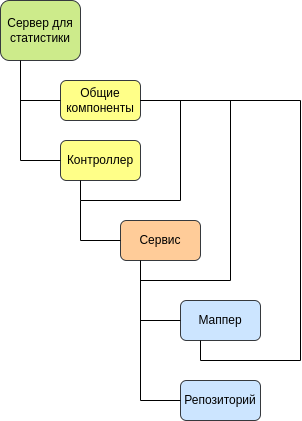
The draw.io diagram stats/server/readme/stats_server_architecture.png in BucketOnHead/java-explore-with-me, before a commit. Source tidied: cells renumbered, new cells last; positions are measured from the earlier drawing's top-left corner, leaving out a move shared by most shapes. Source of this version:
```xml
<mxGraphModel>
  <root>
    <mxCell id="0" />
    <mxCell id="1" parent="0" />
    <mxCell id="2" value="Контроллер" style="rounded=1;whiteSpace=wrap;html=1;fillColor=#ffff88;strokeColor=#36393d;" parent="1" vertex="1">
      <mxGeometry x="60" y="140" width="80" height="40" as="geometry" />
    </mxCell>
    <mxCell id="3" value="Сервис" style="rounded=1;whiteSpace=wrap;html=1;fillColor=#ffcc99;strokeColor=#36393d;" parent="1" vertex="1">
      <mxGeometry x="120" y="220" width="80" height="40" as="geometry" />
    </mxCell>
    <mxCell id="4" value="Маппер" style="rounded=1;whiteSpace=wrap;html=1;fillColor=#cce5ff;strokeColor=#36393d;" parent="1" vertex="1">
      <mxGeometry x="180" y="300" width="80" height="40" as="geometry" />
    </mxCell>
    <mxCell id="5" value="Репозиторий" style="rounded=1;whiteSpace=wrap;html=1;fillColor=#cce5ff;strokeColor=#36393d;" parent="1" vertex="1">
      <mxGeometry x="180" y="380" width="80" height="40" as="geometry" />
    </mxCell>
    <mxCell id="6" value="Сервер для статистики" style="rounded=1;whiteSpace=wrap;html=1;fillColor=#cdeb8b;strokeColor=#36393d;" parent="1" vertex="1">
      <mxGeometry width="80" height="60" as="geometry" />
    </mxCell>
    <mxCell id="7" style="endArrow=none;html=1;rounded=0;entryX=0.75;entryY=1;entryDx=0;entryDy=0;" parent="1" edge="1">
      <mxGeometry relative="1" as="geometry">
        <mxPoint x="20" y="160" as="sourcePoint" />
        <mxPoint x="20" y="60" as="targetPoint" />
      </mxGeometry>
    </mxCell>
    <mxCell id="8" style="endArrow=none;html=1;rounded=0;entryX=0;entryY=0.5;entryDx=0;entryDy=0;" parent="1" edge="1" target="2">
      <mxGeometry relative="1" as="geometry">
        <mxPoint x="20" y="160" as="sourcePoint" />
      </mxGeometry>
    </mxCell>
    <mxCell id="9" style="endArrow=none;html=1;rounded=0;entryX=0;entryY=0.5;entryDx=0;entryDy=0;" parent="1" edge="1" target="3">
      <mxGeometry relative="1" as="geometry">
        <mxPoint x="80" y="240" as="sourcePoint" />
      </mxGeometry>
    </mxCell>
    <mxCell id="10" style="endArrow=none;html=1;rounded=0;entryX=0;entryY=0.5;entryDx=0;entryDy=0;" parent="1" edge="1" target="5">
      <mxGeometry relative="1" as="geometry">
        <mxPoint x="140" y="400" as="sourcePoint" />
      </mxGeometry>
    </mxCell>
    <mxCell id="11" style="endArrow=none;html=1;rounded=0;entryX=0.75;entryY=1;entryDx=0;entryDy=0;" parent="1" edge="1">
      <mxGeometry relative="1" as="geometry">
        <mxPoint x="140" y="400" as="sourcePoint" />
        <mxPoint x="140" y="260" as="targetPoint" />
      </mxGeometry>
    </mxCell>
    <mxCell id="12" style="endArrow=none;html=1;rounded=0;entryX=0;entryY=0.5;entryDx=0;entryDy=0;" parent="1" edge="1" target="4">
      <mxGeometry relative="1" as="geometry">
        <mxPoint x="140" y="320" as="sourcePoint" />
      </mxGeometry>
    </mxCell>
    <mxCell id="13" style="endArrow=none;html=1;rounded=0;entryX=0.75;entryY=1;entryDx=0;entryDy=0;" parent="1" edge="1">
      <mxGeometry relative="1" as="geometry">
        <mxPoint x="80" y="240" as="sourcePoint" />
        <mxPoint x="80" y="180" as="targetPoint" />
        <Array as="points">
          <mxPoint x="80" y="200" />
        </Array>
      </mxGeometry>
    </mxCell>
    <mxCell id="14" value="Общие компоненты" style="rounded=1;whiteSpace=wrap;html=1;fillColor=#ffff88;strokeColor=#36393d;" parent="1" vertex="1">
      <mxGeometry x="60" y="80" width="80" height="40" as="geometry" />
    </mxCell>
    <mxCell id="15" style="endArrow=none;html=1;rounded=0;entryX=0;entryY=0.5;entryDx=0;entryDy=0;" parent="1" edge="1" target="14">
      <mxGeometry relative="1" as="geometry">
        <mxPoint x="20" y="100" as="sourcePoint" />
      </mxGeometry>
    </mxCell>
    <mxCell id="16" style="endArrow=none;html=1;rounded=0;" parent="1" edge="1">
      <mxGeometry relative="1" as="geometry">
        <mxPoint x="80" y="200" as="sourcePoint" />
        <mxPoint x="180" y="200" as="targetPoint" />
      </mxGeometry>
    </mxCell>
    <mxCell id="17" style="endArrow=none;html=1;rounded=0;" parent="1" edge="1">
      <mxGeometry relative="1" as="geometry">
        <mxPoint x="140" y="280" as="sourcePoint" />
        <mxPoint x="230" y="280" as="targetPoint" />
      </mxGeometry>
    </mxCell>
    <mxCell id="18" style="endArrow=none;html=1;rounded=0;entryX=0.25;entryY=1;entryDx=0;entryDy=0;" parent="1" edge="1" target="4">
      <mxGeometry relative="1" as="geometry">
        <mxPoint x="200" y="360" as="sourcePoint" />
      </mxGeometry>
    </mxCell>
    <mxCell id="19" style="endArrow=none;html=1;rounded=0;" parent="1" edge="1">
      <mxGeometry relative="1" as="geometry">
        <mxPoint x="200" y="360" as="sourcePoint" />
        <mxPoint x="300" y="360" as="targetPoint" />
      </mxGeometry>
    </mxCell>
    <mxCell id="20" style="endArrow=none;html=1;rounded=0;" parent="1" edge="1">
      <mxGeometry relative="1" as="geometry">
        <mxPoint x="180" y="200" as="sourcePoint" />
        <mxPoint x="180" y="100" as="targetPoint" />
      </mxGeometry>
    </mxCell>
    <mxCell id="21" style="endArrow=none;html=1;rounded=0;exitX=1;exitY=0.5;exitDx=0;exitDy=0;" parent="1" edge="1" source="14">
      <mxGeometry relative="1" as="geometry">
        <mxPoint x="180" y="100" as="targetPoint" />
      </mxGeometry>
    </mxCell>
    <mxCell id="22" style="endArrow=none;html=1;rounded=0;" parent="1" edge="1">
      <mxGeometry relative="1" as="geometry">
        <mxPoint x="230" y="280" as="sourcePoint" />
        <mxPoint x="230" y="100" as="targetPoint" />
      </mxGeometry>
    </mxCell>
    <mxCell id="23" style="endArrow=none;html=1;rounded=0;exitX=1;exitY=0.5;exitDx=0;exitDy=0;" parent="1" edge="1" source="14">
      <mxGeometry relative="1" as="geometry">
        <mxPoint x="230" y="100" as="targetPoint" />
      </mxGeometry>
    </mxCell>
    <mxCell id="24" style="endArrow=none;html=1;rounded=0;" parent="1" edge="1">
      <mxGeometry relative="1" as="geometry">
        <mxPoint x="300" y="360" as="sourcePoint" />
        <mxPoint x="300" y="100" as="targetPoint" />
      </mxGeometry>
    </mxCell>
    <mxCell id="25" style="endArrow=none;html=1;rounded=0;exitX=1;exitY=0.5;exitDx=0;exitDy=0;" parent="1" edge="1" source="14">
      <mxGeometry relative="1" as="geometry">
        <mxPoint x="300" y="100" as="targetPoint" />
      </mxGeometry>
    </mxCell>
  </root>
</mxGraphModel>
```
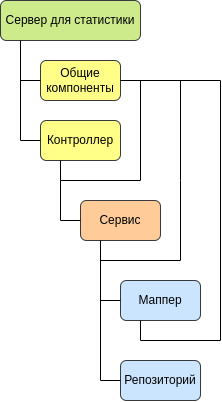
After the change.

Change to the diagram source:
```diff
@@ -3,19 +3,19 @@
     <mxCell id="0" />
     <mxCell id="1" parent="0" />
     <mxCell id="2" value="Контроллер" style="rounded=1;whiteSpace=wrap;html=1;fillColor=#ffff88;strokeColor=#36393d;" parent="1" vertex="1">
-      <mxGeometry x="60" y="140" width="80" height="40" as="geometry" />
+      <mxGeometry x="40" y="140" width="80" height="40" as="geometry" />
     </mxCell>
     <mxCell id="3" value="Сервис" style="rounded=1;whiteSpace=wrap;html=1;fillColor=#ffcc99;strokeColor=#36393d;" parent="1" vertex="1">
-      <mxGeometry x="120" y="220" width="80" height="40" as="geometry" />
+      <mxGeometry x="80" y="220" width="80" height="40" as="geometry" />
     </mxCell>
     <mxCell id="4" value="Маппер" style="rounded=1;whiteSpace=wrap;html=1;fillColor=#cce5ff;strokeColor=#36393d;" parent="1" vertex="1">
-      <mxGeometry x="180" y="300" width="80" height="40" as="geometry" />
+      <mxGeometry x="120" y="300" width="80" height="40" as="geometry" />
     </mxCell>
     <mxCell id="5" value="Репозиторий" style="rounded=1;whiteSpace=wrap;html=1;fillColor=#cce5ff;strokeColor=#36393d;" parent="1" vertex="1">
-      <mxGeometry x="180" y="380" width="80" height="40" as="geometry" />
+      <mxGeometry x="120" y="380" width="80" height="40" as="geometry" />
     </mxCell>
     <mxCell id="6" value="Сервер для статистики" style="rounded=1;whiteSpace=wrap;html=1;fillColor=#cdeb8b;strokeColor=#36393d;" parent="1" vertex="1">
-      <mxGeometry width="80" height="60" as="geometry" />
+      <mxGeometry y="20" width="140" height="40" as="geometry" />
     </mxCell>
     <mxCell id="7" style="endArrow=none;html=1;rounded=0;entryX=0.75;entryY=1;entryDx=0;entryDy=0;" parent="1" edge="1">
       <mxGeometry relative="1" as="geometry">
@@ -30,36 +30,36 @@
     </mxCell>
     <mxCell id="9" style="endArrow=none;html=1;rounded=0;entryX=0;entryY=0.5;entryDx=0;entryDy=0;" parent="1" edge="1" target="3">
       <mxGeometry relative="1" as="geometry">
-        <mxPoint x="80" y="240" as="sourcePoint" />
+        <mxPoint x="60" y="240" as="sourcePoint" />
       </mxGeometry>
     </mxCell>
     <mxCell id="10" style="endArrow=none;html=1;rounded=0;entryX=0;entryY=0.5;entryDx=0;entryDy=0;" parent="1" edge="1" target="5">
       <mxGeometry relative="1" as="geometry">
-        <mxPoint x="140" y="400" as="sourcePoint" />
+        <mxPoint x="100" y="400" as="sourcePoint" />
       </mxGeometry>
     </mxCell>
     <mxCell id="11" style="endArrow=none;html=1;rounded=0;entryX=0.75;entryY=1;entryDx=0;entryDy=0;" parent="1" edge="1">
       <mxGeometry relative="1" as="geometry">
-        <mxPoint x="140" y="400" as="sourcePoint" />
-        <mxPoint x="140" y="260" as="targetPoint" />
+        <mxPoint x="100" y="400" as="sourcePoint" />
+        <mxPoint x="100" y="260" as="targetPoint" />
       </mxGeometry>
     </mxCell>
     <mxCell id="12" style="endArrow=none;html=1;rounded=0;entryX=0;entryY=0.5;entryDx=0;entryDy=0;" parent="1" edge="1" target="4">
       <mxGeometry relative="1" as="geometry">
-        <mxPoint x="140" y="320" as="sourcePoint" />
+        <mxPoint x="100" y="320" as="sourcePoint" />
       </mxGeometry>
     </mxCell>
     <mxCell id="13" style="endArrow=none;html=1;rounded=0;entryX=0.75;entryY=1;entryDx=0;entryDy=0;" parent="1" edge="1">
       <mxGeometry relative="1" as="geometry">
-        <mxPoint x="80" y="240" as="sourcePoint" />
-        <mxPoint x="80" y="180" as="targetPoint" />
+        <mxPoint x="60" y="240" as="sourcePoint" />
+        <mxPoint x="60" y="180" as="targetPoint" />
         <Array as="points">
-          <mxPoint x="80" y="200" />
+          <mxPoint x="60" y="200" />
         </Array>
       </mxGeometry>
     </mxCell>
     <mxCell id="14" value="Общие компоненты" style="rounded=1;whiteSpace=wrap;html=1;fillColor=#ffff88;strokeColor=#36393d;" parent="1" vertex="1">
-      <mxGeometry x="60" y="80" width="80" height="40" as="geometry" />
+      <mxGeometry x="40" y="80" width="80" height="40" as="geometry" />
     </mxCell>
     <mxCell id="15" style="endArrow=none;html=1;rounded=0;entryX=0;entryY=0.5;entryDx=0;entryDy=0;" parent="1" edge="1" target="14">
       <mxGeometry relative="1" as="geometry">
@@ -68,59 +68,52 @@
     </mxCell>
     <mxCell id="16" style="endArrow=none;html=1;rounded=0;" parent="1" edge="1">
       <mxGeometry relative="1" as="geometry">
-        <mxPoint x="80" y="200" as="sourcePoint" />
-        <mxPoint x="180" y="200" as="targetPoint" />
+        <mxPoint x="60" y="200" as="sourcePoint" />
+        <mxPoint x="140" y="200" as="targetPoint" />
       </mxGeometry>
     </mxCell>
     <mxCell id="17" style="endArrow=none;html=1;rounded=0;" parent="1" edge="1">
       <mxGeometry relative="1" as="geometry">
-        <mxPoint x="140" y="280" as="sourcePoint" />
-        <mxPoint x="230" y="280" as="targetPoint" />
+        <mxPoint x="100" y="280" as="sourcePoint" />
+        <mxPoint x="180" y="280" as="targetPoint" />
       </mxGeometry>
     </mxCell>
     <mxCell id="18" style="endArrow=none;html=1;rounded=0;entryX=0.25;entryY=1;entryDx=0;entryDy=0;" parent="1" edge="1" target="4">
       <mxGeometry relative="1" as="geometry">
-        <mxPoint x="200" y="360" as="sourcePoint" />
+        <mxPoint x="140" y="360" as="sourcePoint" />
       </mxGeometry>
     </mxCell>
     <mxCell id="19" style="endArrow=none;html=1;rounded=0;" parent="1" edge="1">
       <mxGeometry relative="1" as="geometry">
-        <mxPoint x="200" y="360" as="sourcePoint" />
-        <mxPoint x="300" y="360" as="targetPoint" />
+        <mxPoint x="140" y="360" as="sourcePoint" />
+        <mxPoint x="220" y="360" as="targetPoint" />
       </mxGeometry>
     </mxCell>
     <mxCell id="20" style="endArrow=none;html=1;rounded=0;" parent="1" edge="1">
       <mxGeometry relative="1" as="geometry">
-        <mxPoint x="180" y="200" as="sourcePoint" />
-        <mxPoint x="180" y="100" as="targetPoint" />
+        <mxPoint x="140" y="200" as="sourcePoint" />
+        <mxPoint x="140" y="100" as="targetPoint" />
       </mxGeometry>
     </mxCell>
-    <mxCell id="21" style="endArrow=none;html=1;rounded=0;exitX=1;exitY=0.5;exitDx=0;exitDy=0;" parent="1" edge="1" source="14">
-      <mxGeometry relative="1" as="geometry">
-        <mxPoint x="180" y="100" as="targetPoint" />
-      </mxGeometry>
-    </mxCell>
     <mxCell id="22" style="endArrow=none;html=1;rounded=0;" parent="1" edge="1">
       <mxGeometry relative="1" as="geometry">
-        <mxPoint x="230" y="280" as="sourcePoint" />
-        <mxPoint x="230" y="100" as="targetPoint" />
+        <mxPoint x="180" y="280" as="sourcePoint" />
+        <mxPoint x="180" y="100" as="targetPoint" />
+        <Array as="points">
+          <mxPoint x="180" y="200" />
+        </Array>
       </mxGeometry>
     </mxCell>
-    <mxCell id="23" style="endArrow=none;html=1;rounded=0;exitX=1;exitY=0.5;exitDx=0;exitDy=0;" parent="1" edge="1" source="14">
-      <mxGeometry relative="1" as="geometry">
-        <mxPoint x="230" y="100" as="targetPoint" />
-      </mxGeometry>
-    </mxCell>
     <mxCell id="24" style="endArrow=none;html=1;rounded=0;" parent="1" edge="1">
       <mxGeometry relative="1" as="geometry">
-        <mxPoint x="300" y="360" as="sourcePoint" />
-        <mxPoint x="300" y="100" as="targetPoint" />
+        <mxPoint x="220" y="360" as="sourcePoint" />
+        <mxPoint x="220" y="100" as="targetPoint" />
       </mxGeometry>
     </mxCell>
-    <mxCell id="25" style="endArrow=none;html=1;rounded=0;exitX=1;exitY=0.5;exitDx=0;exitDy=0;" parent="1" edge="1" source="14">
-      <mxGeometry relative="1" as="geometry">
-        <mxPoint x="300" y="100" as="targetPoint" />
-      </mxGeometry>
-    </mxCell>
+    <mxCell id="26" style="endArrow=none;html=1;rounded=0;exitX=1;exitY=0.5;exitDx=0;exitDy=0;" parent="1" edge="1" source="14">
+      <mxGeometry relative="1" as="geometry">
+        <mxPoint x="220" y="100" as="targetPoint" />
+      </mxGeometry>
+    </mxCell>
   </root>
 </mxGraphModel>
```
